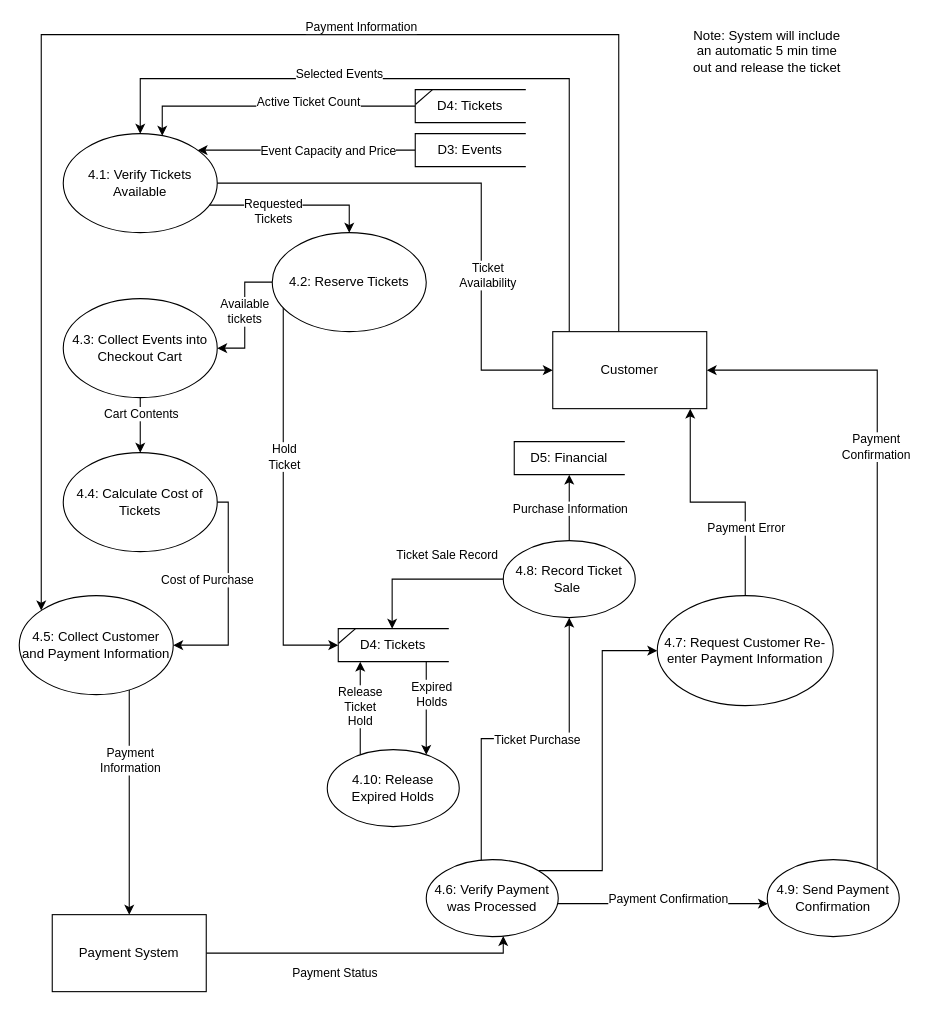
Above: page "4.0: Purchase a ticket Level 2" (6 of 10) of ITEC 630 DFD Ticket Mangement System .drawio in SteveWChang/UMGC-ITEC--630-Ticketing-System-Modeling-and-Analysis (draw.io), before the change. Source tidied: cells renumbered, new cells numbered last; positions are measured from the earlier drawing's top-left corner, leaving out a move shared by most shapes. Both pictures are drawn from the tidied source at 110%, with x=0, y=0 at pixel (19, 23).
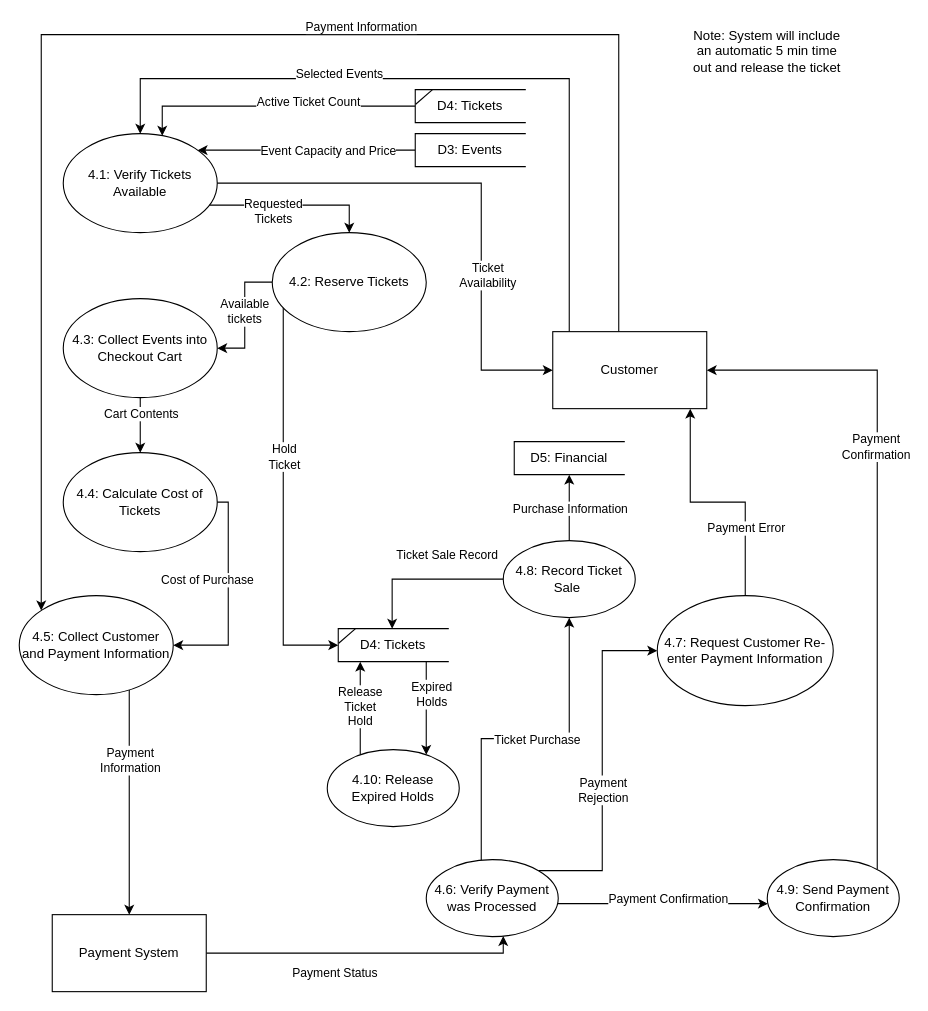
The same page after the edit.

The change refers to these unchanged cells:
```xml
<mxCell id="7" style="edgeStyle=orthogonalEdgeStyle;rounded=0;jettySize=auto;html=1;" parent="1" edge="1" source="12" target="18">
  <mxGeometry x="0.18" relative="1" as="geometry">
    <Array as="points">
      <mxPoint x="530" y="770" />
      <mxPoint x="530" y="570" />
    </Array>
  </mxGeometry>
</mxCell>
```

What changed in the source:
```diff
@@
+    <mxCell id="62" value="Payment&lt;div&gt;Rejection&lt;/div&gt;" style="edgeLabel;html=1;align=center;verticalAlign=middle;" parent="7" vertex="1">
+      <mxGeometry x="-0.14" relative="1" as="geometry" />
+    </mxCell>
```
